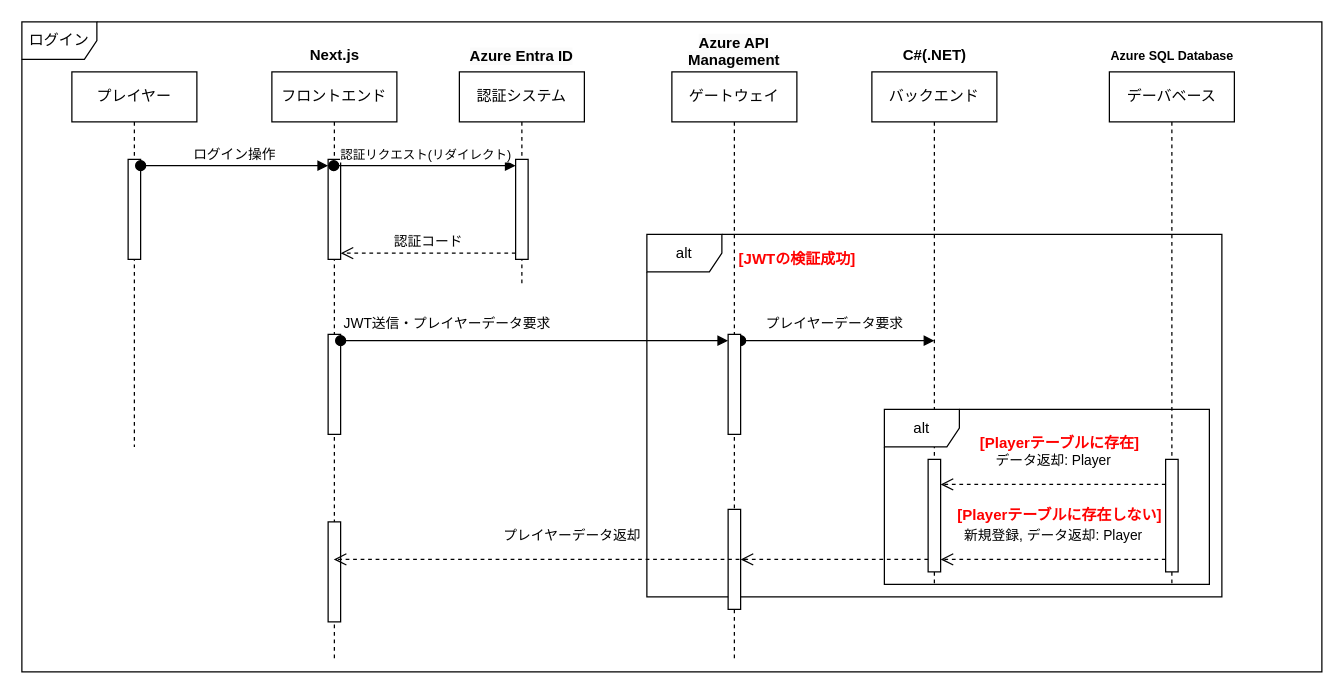
ayumu203/poke-clone-v3 keeps this draw.io diagram as page "ログイン" (1 of 4) of docs/UML/シーケンス図.drawio. Above is the earlier version. Source tidied: cells renumbered, new cells numbered last; positions are measured from the earlier drawing's top-left corner, leaving out a move shared by most shapes. Both pictures are drawn from the tidied source at 125%, with x=0, y=0 at pixel (21, 21).
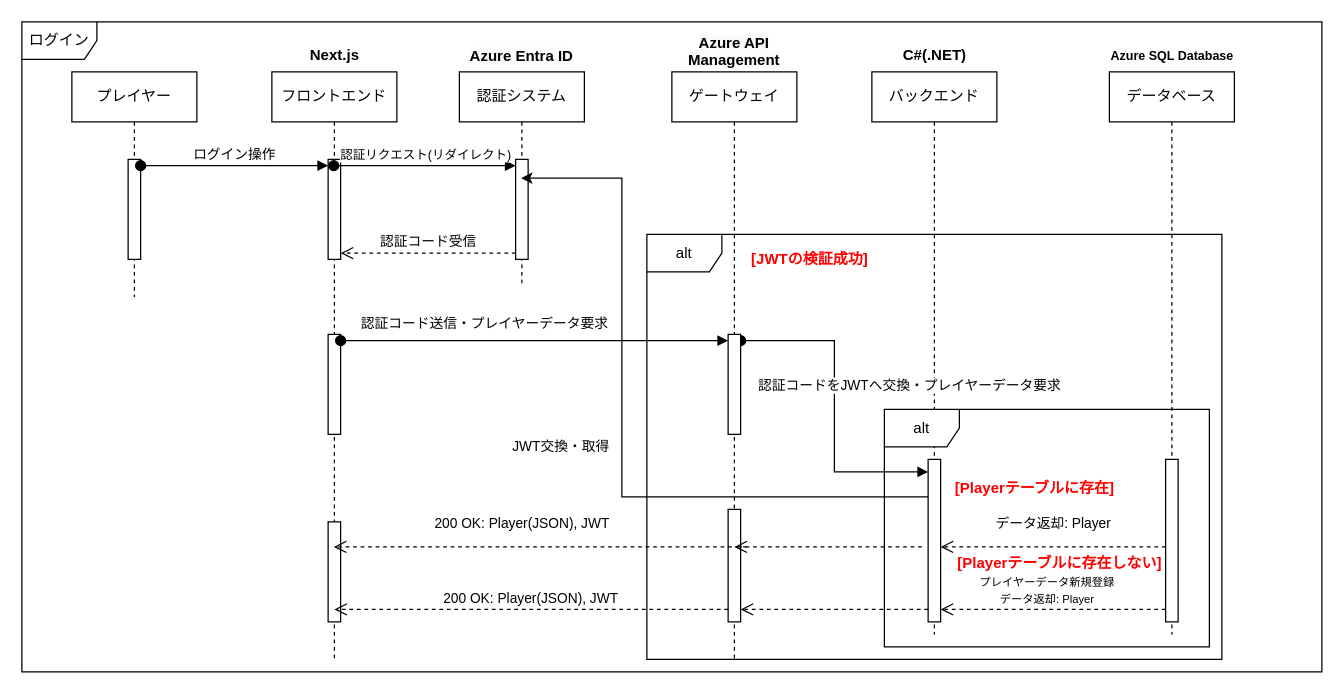
The same page after the edit.

The change refers to these unchanged cells:
```xml
<mxCell id="5" value="フロントエンド" style="shape=umlLifeline;perimeter=lifelinePerimeter;whiteSpace=wrap;html=1;outlineConnect=0;portConstraint=eastwest;newEdgeStyle={&quot;curved&quot;:0,&quot;rounded&quot;:0};" parent="1" vertex="1">
  <mxGeometry x="200" y="40" width="100" height="470" as="geometry" />
</mxCell>
<mxCell id="6" style="html=1;points=[[0,0,0,0,5],[0,1,0,0,-5],[1,0,0,0,5],[1,1,0,0,-5]];perimeter=orthogonalPerimeter;outlineConnect=0;targetShapes=umlLifeline;portConstraint=eastwest;newEdgeStyle={&quot;curved&quot;:0,&quot;rounded&quot;:0};" parent="5" vertex="1">
  <mxGeometry x="45" y="70" width="10" height="80" as="geometry" />
</mxCell>
<mxCell id="10" value="認証システム" style="shape=umlLifeline;perimeter=lifelinePerimeter;whiteSpace=wrap;html=1;outlineConnect=0;portConstraint=eastwest;newEdgeStyle={&quot;curved&quot;:0,&quot;rounded&quot;:0};" parent="1" vertex="1">
  <mxGeometry x="350" y="40" width="100" height="170" as="geometry" />
</mxCell>
<mxCell id="11" style="html=1;points=[[0,0,0,0,5],[0,1,0,0,-5],[1,0,0,0,5],[1,1,0,0,-5]];perimeter=orthogonalPerimeter;outlineConnect=0;targetShapes=umlLifeline;portConstraint=eastwest;newEdgeStyle={&quot;curved&quot;:0,&quot;rounded&quot;:0};" parent="10" vertex="1">
  <mxGeometry x="45" y="70" width="10" height="80" as="geometry" />
</mxCell>
<mxCell id="29" value="ゲートウェイ" style="shape=umlLifeline;perimeter=lifelinePerimeter;whiteSpace=wrap;html=1;newEdgeStyle={&quot;curved&quot;:0,&quot;rounded&quot;:0};" parent="1" vertex="1">
  <mxGeometry x="520" y="40" width="100" height="470" as="geometry" />
</mxCell>
<mxCell id="30" style="html=1;points=[[0,0,0,0,5],[0,1,0,0,-5],[1,0,0,0,5],[1,1,0,0,-5]];perimeter=orthogonalPerimeter;outlineConnect=0;targetShapes=umlLifeline;portConstraint=eastwest;newEdgeStyle={&quot;curved&quot;:0,&quot;rounded&quot;:0};" parent="29" vertex="1">
  <mxGeometry x="-275" y="210" width="10" height="80" as="geometry" />
</mxCell>
<mxCell id="31" style="html=1;points=[[0,0,0,0,5],[0,1,0,0,-5],[1,0,0,0,5],[1,1,0,0,-5]];perimeter=orthogonalPerimeter;outlineConnect=0;targetShapes=umlLifeline;portConstraint=eastwest;newEdgeStyle={&quot;curved&quot;:0,&quot;rounded&quot;:0};" parent="29" vertex="1">
  <mxGeometry x="45" y="210" width="10" height="80" as="geometry" />
</mxCell>
```

What changed in the source:
```diff
@@
     <mxCell id="3" value="プレイヤー" style="shape=umlLifeline;perimeter=lifelinePerimeter;whiteSpace=wrap;html=1;newEdgeStyle={&quot;curved&quot;:0,&quot;rounded&quot;:0};" parent="1" vertex="1">
-      <mxGeometry x="40" y="40" width="100" height="300" as="geometry" />
+      <mxGeometry x="40" y="40" width="100" height="180" as="geometry" />
     </mxCell>
@@
-    <mxCell id="13" value="認証コード" style="html=1;verticalAlign=bottom;endArrow=open;dashed=1;endSize=8;curved=0;rounded=0;entryX=1;entryY=1;entryDx=0;entryDy=-5;entryPerimeter=0;" parent="1" edge="1" source="11" target="6">
+    <mxCell id="13" value="認証コード受信" style="html=1;verticalAlign=bottom;endArrow=open;dashed=1;endSize=8;curved=0;rounded=0;entryX=1;entryY=1;entryDx=0;entryDy=-5;entryPerimeter=0;" parent="1" edge="1" source="11" target="6">
       <mxGeometry relative="1" as="geometry" />
     </mxCell>
     <mxCell id="14" value="バックエンド" style="shape=umlLifeline;perimeter=lifelinePerimeter;whiteSpace=wrap;html=1;newEdgeStyle={&quot;curved&quot;:0,&quot;rounded&quot;:0};" parent="1" vertex="1">
-      <mxGeometry x="680" y="40" width="100" height="410" as="geometry" />
+      <mxGeometry x="680" y="40" width="100" height="450" as="geometry" />
     </mxCell>
@@
+    <mxCell id="37" style="edgeStyle=orthogonalEdgeStyle;rounded=0;jettySize=auto;html=1;curved=0;" parent="1" edge="1" source="16" target="10">
+      <mxGeometry relative="1" as="geometry">
+        <Array as="points">
+          <mxPoint x="480" y="380" />
+          <mxPoint x="480" y="125" />
+        </Array>
+      </mxGeometry>
+    </mxCell>
+    <mxCell id="38" value="JWT交換・取得" style="edgeLabel;html=1;align=center;verticalAlign=middle;" parent="37" vertex="1">
+      <mxGeometry x="-0.03" y="-1" relative="1" as="geometry">
+        <mxPoint x="-51" y="-4" as="offset" />
+      </mxGeometry>
+    </mxCell>
     <mxCell id="16" style="html=1;points=[[0,0,0,0,5],[0,1,0,0,-5],[1,0,0,0,5],[1,1,0,0,-5]];perimeter=orthogonalPerimeter;outlineConnect=0;targetShapes=umlLifeline;portConstraint=eastwest;newEdgeStyle={&quot;curved&quot;:0,&quot;rounded&quot;:0};" parent="1" vertex="1">
-      <mxGeometry x="725" y="350" width="10" height="90" as="geometry" />
+      <mxGeometry x="725" y="350" width="10" height="130" as="geometry" />
     </mxCell>
-    <mxCell id="17" value="デーバベース" style="shape=umlLifeline;perimeter=lifelinePerimeter;whiteSpace=wrap;html=1;newEdgeStyle={&quot;curved&quot;:0,&quot;rounded&quot;:0};" parent="1" vertex="1">
-      <mxGeometry x="870" y="40" width="100" height="410" as="geometry" />
+    <mxCell id="17" value="データベース" style="shape=umlLifeline;perimeter=lifelinePerimeter;whiteSpace=wrap;html=1;newEdgeStyle={&quot;curved&quot;:0,&quot;rounded&quot;:0};" parent="1" vertex="1">
+      <mxGeometry x="870" y="40" width="100" height="450" as="geometry" />
     </mxCell>
@@
     <mxCell id="20" value="alt" style="shape=umlFrame;whiteSpace=wrap;html=1;" parent="1" vertex="1">
-      <mxGeometry x="500" y="170" width="460" height="290" as="geometry" />
+      <mxGeometry x="500" y="170" width="460" height="340" as="geometry" />
     </mxCell>
     <mxCell id="21" style="html=1;points=[[0,0,0,0,5],[0,1,0,0,-5],[1,0,0,0,5],[1,1,0,0,-5]];perimeter=orthogonalPerimeter;outlineConnect=0;targetShapes=umlLifeline;portConstraint=eastwest;newEdgeStyle={&quot;curved&quot;:0,&quot;rounded&quot;:0};" parent="1" vertex="1">
-      <mxGeometry x="915" y="350" width="10" height="90" as="geometry" />
+      <mxGeometry x="915" y="350" width="10" height="130" as="geometry" />
     </mxCell>
     <mxCell id="22" value="&lt;div&gt;&lt;font style=&quot;color: rgb(255, 0, 0);&quot;&gt;[JWTの検証成功]&lt;/font&gt;&lt;/div&gt;" style="text;align=center;fontStyle=1;verticalAlign=middle;spacingLeft=3;spacingRight=3;strokeColor=none;html=1;" parent="1" vertex="1">
-      <mxGeometry x="580" y="177" width="80" height="26" as="geometry" />
+      <mxGeometry x="590" y="177" width="80" height="26" as="geometry" />
     </mxCell>
     <mxCell id="23" value="alt" style="shape=umlFrame;whiteSpace=wrap;html=1;" parent="1" vertex="1">
-      <mxGeometry x="690" y="310" width="260" height="140" as="geometry" />
+      <mxGeometry x="690" y="310" width="260" height="190" as="geometry" />
     </mxCell>
     <mxCell id="24" value="&lt;div&gt;&lt;font style=&quot;color: rgb(255, 0, 0);&quot;&gt;[Playerテーブルに存在]&lt;/font&gt;&lt;/div&gt;" style="text;align=center;fontStyle=1;verticalAlign=middle;spacingLeft=3;spacingRight=3;strokeColor=none;html=1;" parent="1" vertex="1">
-      <mxGeometry x="790" y="324" width="80" height="26" as="geometry" />
+      <mxGeometry x="770" y="360" width="80" height="26" as="geometry" />
     </mxCell>
-    <mxCell id="25" value="データ返却: Player" style="html=1;verticalAlign=bottom;endArrow=open;dashed=1;endSize=8;curved=0;rounded=0;" parent="1" edge="1" source="21">
+    <mxCell id="25" value="データ返却: Player" style="html=1;verticalAlign=bottom;endArrow=open;dashed=1;endSize=8;curved=0;rounded=0;" parent="1" edge="1">
       <mxGeometry y="-10" relative="1" as="geometry">
-        <mxPoint x="735" y="370" as="targetPoint" />
+        <mxPoint x="915" y="420" as="sourcePoint" />
+        <mxPoint x="735" y="420" as="targetPoint" />
       </mxGeometry>
     </mxCell>
     <mxCell id="26" value="&lt;div&gt;&lt;font style=&quot;color: rgb(255, 0, 0);&quot;&gt;[Playerテーブルに存在しない]&lt;/font&gt;&lt;/div&gt;" style="text;align=center;fontStyle=1;verticalAlign=middle;spacingLeft=3;spacingRight=3;strokeColor=none;html=1;" parent="1" vertex="1">
-      <mxGeometry x="790" y="382" width="80" height="26" as="geometry" />
+      <mxGeometry x="790" y="420" width="80" height="26" as="geometry" />
     </mxCell>
-    <mxCell id="27" value="新規登録, データ返却: Player" style="html=1;verticalAlign=bottom;endArrow=open;dashed=1;endSize=8;curved=0;rounded=0;" parent="1" edge="1" source="21">
-      <mxGeometry y="-10" relative="1" as="geometry">
-        <mxPoint x="735" y="430" as="targetPoint" />
+    <mxCell id="27" value="&lt;font style=&quot;font-size: 9px;&quot;&gt;プレイヤーデータ新規登録&lt;/font&gt;&lt;div&gt;&lt;font style=&quot;font-size: 9px;&quot;&gt;データ返却: Player&lt;/font&gt;&lt;/div&gt;" style="html=1;verticalAlign=bottom;endArrow=open;dashed=1;endSize=8;curved=0;rounded=0;" parent="1" edge="1">
+      <mxGeometry x="0.06" relative="1" as="geometry">
+        <mxPoint x="915" y="470" as="sourcePoint" />
+        <mxPoint x="735" y="470" as="targetPoint" />
       </mxGeometry>
     </mxCell>
-    <mxCell id="28" value="プレイヤーデータ要求" style="html=1;verticalAlign=bottom;startArrow=oval;endArrow=block;startSize=8;curved=0;rounded=0;exitX=1;exitY=0;exitDx=0;exitDy=5;exitPerimeter=0;" parent="1" edge="1" source="31">
-      <mxGeometry x="-0.03" y="5" relative="1" as="geometry">
-        <mxPoint x="730" y="255" as="targetPoint" />
+    <mxCell id="28" value="認証コードをJWTへ交換・プレイヤーデータ要求" style="html=1;verticalAlign=bottom;startArrow=oval;endArrow=block;startSize=8;rounded=0;exitX=1;exitY=0;exitDx=0;exitDy=5;exitPerimeter=0;edgeStyle=orthogonalEdgeStyle;" parent="1" edge="1" source="31" target="16">
+      <mxGeometry x="0.88" y="60" relative="1" as="geometry">
+        <Array as="points">
+          <mxPoint x="650" y="255" />
+          <mxPoint x="650" y="360" />
+        </Array>
       </mxGeometry>
     </mxCell>
@@
-    <mxCell id="32" value="JWT送信・プレイヤーデータ要求" style="html=1;verticalAlign=bottom;startArrow=oval;endArrow=block;startSize=8;curved=0;rounded=0;entryX=0;entryY=0;entryDx=0;entryDy=5;" parent="29" edge="1" source="30" target="31">
-      <mxGeometry x="-0.45" y="5" relative="1" as="geometry">
+    <mxCell id="32" value="認証コード送信・プレイヤーデータ要求" style="html=1;verticalAlign=bottom;startArrow=oval;endArrow=block;startSize=8;curved=0;rounded=0;entryX=0;entryY=0;entryDx=0;entryDy=5;" parent="29" edge="1" source="30" target="31">
+      <mxGeometry x="-0.26" y="5" relative="1" as="geometry">
         <Array as="points">
           <mxPoint x="-30" y="215" />
         </Array>
       </mxGeometry>
     </mxCell>
     <mxCell id="33" style="html=1;points=[[0,0,0,0,5],[0,1,0,0,-5],[1,0,0,0,5],[1,1,0,0,-5]];perimeter=orthogonalPerimeter;outlineConnect=0;targetShapes=umlLifeline;portConstraint=eastwest;newEdgeStyle={&quot;curved&quot;:0,&quot;rounded&quot;:0};" parent="29" vertex="1">
-      <mxGeometry x="45" y="350" width="10" height="80" as="geometry" />
+      <mxGeometry x="45" y="350" width="10" height="90" as="geometry" />
     </mxCell>
@@
-    <mxCell id="35" style="html=1;verticalAlign=bottom;endArrow=open;dashed=1;endSize=8;curved=0;rounded=0;" parent="1" edge="1" target="33">
+    <mxCell id="35" style="html=1;verticalAlign=bottom;endArrow=open;dashed=1;endSize=8;curved=0;rounded=0;" parent="1" edge="1">
       <mxGeometry y="-10" relative="1" as="geometry">
-        <mxPoint x="725" y="430" as="sourcePoint" />
+        <mxPoint x="725" y="470" as="sourcePoint" />
+        <mxPoint x="575" y="470" as="targetPoint" />
       </mxGeometry>
     </mxCell>
-    <mxCell id="36" value="プレイヤーデータ返却" style="html=1;verticalAlign=bottom;endArrow=open;dashed=1;endSize=8;curved=0;rounded=0;" parent="1" edge="1" target="5">
-      <mxGeometry x="-0.15" y="-10" relative="1" as="geometry">
-        <mxPoint x="580" y="430" as="sourcePoint" />
+    <mxCell id="36" value="200 OK: Player(JSON), JWT" style="html=1;verticalAlign=bottom;endArrow=open;dashed=1;endSize=8;curved=0;rounded=0;" parent="1" edge="1">
+      <mxGeometry x="0.09" y="-10" relative="1" as="geometry">
+        <mxPoint x="580" y="420" as="sourcePoint" />
+        <mxPoint x="249.5" y="420" as="targetPoint" />
       </mxGeometry>
     </mxCell>
+    <mxCell id="39" style="html=1;verticalAlign=bottom;endArrow=open;dashed=1;endSize=8;curved=0;rounded=0;" parent="1" edge="1">
+      <mxGeometry y="-10" relative="1" as="geometry">
+        <mxPoint x="720" y="420" as="sourcePoint" />
+        <mxPoint x="570" y="420" as="targetPoint" />
+      </mxGeometry>
+    </mxCell>
+    <mxCell id="40" value="200 OK: Player(JSON), JWT" style="html=1;verticalAlign=bottom;endArrow=open;dashed=1;endSize=8;curved=0;rounded=0;" parent="1" edge="1" source="33">
+      <mxGeometry relative="1" as="geometry">
+        <mxPoint x="250" y="470" as="targetPoint" />
+      </mxGeometry>
+    </mxCell>
```
